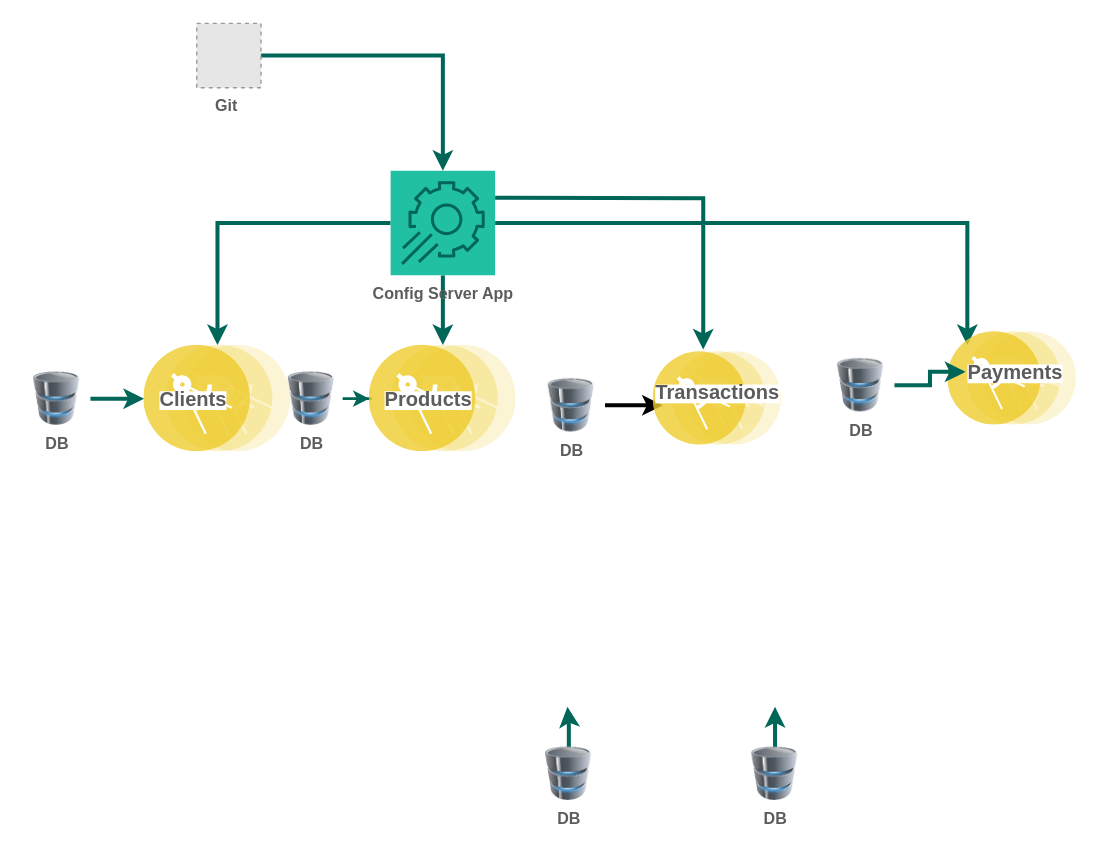
The draw.io diagram Diagrama.drawio in yaliaga/Diagrama, before the edit. Source tidied: cells renumbered, new cells numbered last; positions are measured from the earlier drawing's top-left corner, leaving out a move shared by most shapes. Both pictures are drawn from the tidied source at 134%, with x=0, y=0 at pixel (23, 23). Pictures stored in the file or linked from it are replaced by grey dashed boxes.
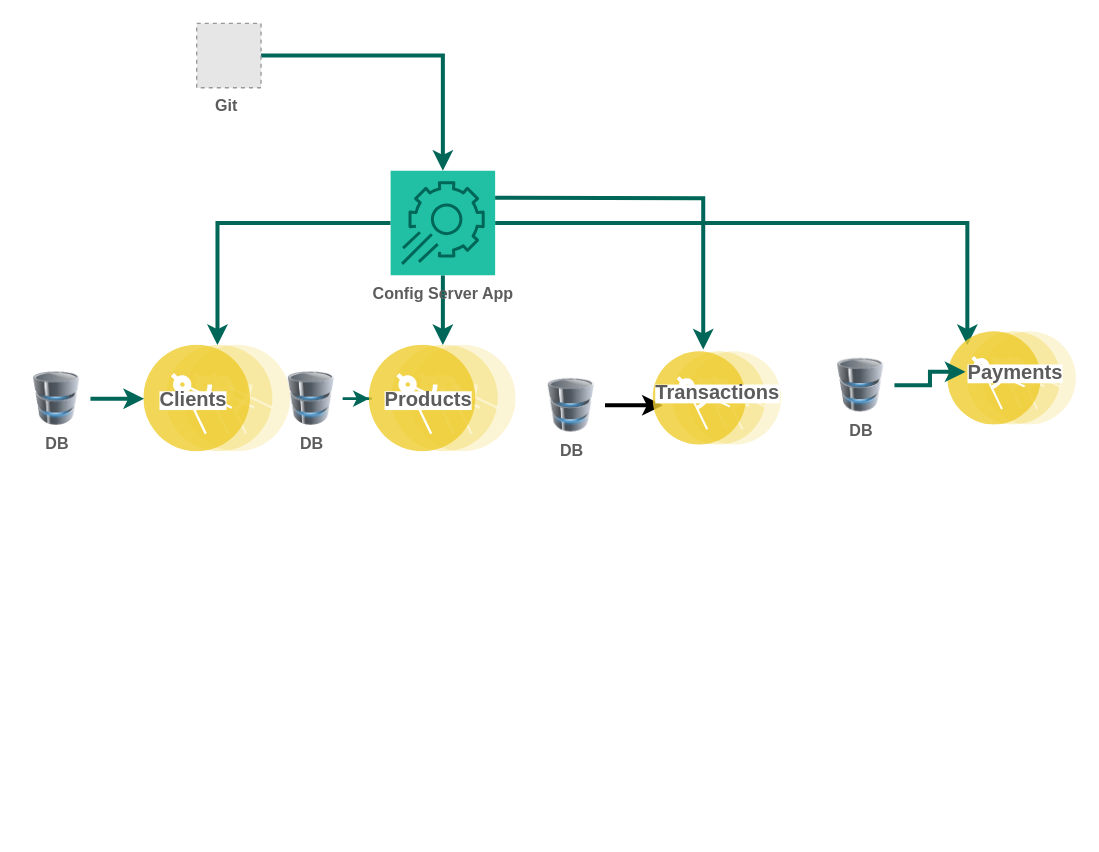
Above is the later version.

Diff of the diagram source:
```diff
@@
-    <mxCell id="5" style="edgeStyle=orthogonalEdgeStyle;rounded=0;jettySize=auto;html=1;fontSize=15;strokeWidth=3;strokeColor=#006658;" parent="1" edge="1" source="6">
-      <mxGeometry relative="1" as="geometry">
-        <mxPoint x="406" y="510" as="targetPoint" />
-      </mxGeometry>
-    </mxCell>
-    <mxCell id="6" value="DB" style="image;html=1;image=img/lib/clip_art/computers/Database_128x128.png;labelBorderColor=none;fontColor=#5C5C5C;fontStyle=1;fillColor=#21C0A5;strokeColor=#006658;" parent="1" vertex="1">
-      <mxGeometry x="382" y="540" width="50" height="40" as="geometry" />
-    </mxCell>
@@
-    <mxCell id="24" style="edgeStyle=orthogonalEdgeStyle;rounded=0;jettySize=auto;html=1;entryX=0.5;entryY=1;entryDx=0;entryDy=0;fontSize=15;strokeWidth=3;strokeColor=#006658;" parent="1" edge="1" source="25">
-      <mxGeometry relative="1" as="geometry">
-        <mxPoint x="560.9" y="510" as="targetPoint" />
-      </mxGeometry>
-    </mxCell>
-    <mxCell id="25" value="DB" style="image;html=1;image=img/lib/clip_art/computers/Database_128x128.png;labelBorderColor=none;fontColor=#5C5C5C;fontStyle=1;fillColor=#21C0A5;strokeColor=#006658;" parent="1" vertex="1">
-      <mxGeometry x="535.9" y="540" width="50" height="40" as="geometry" />
-    </mxCell>
```
